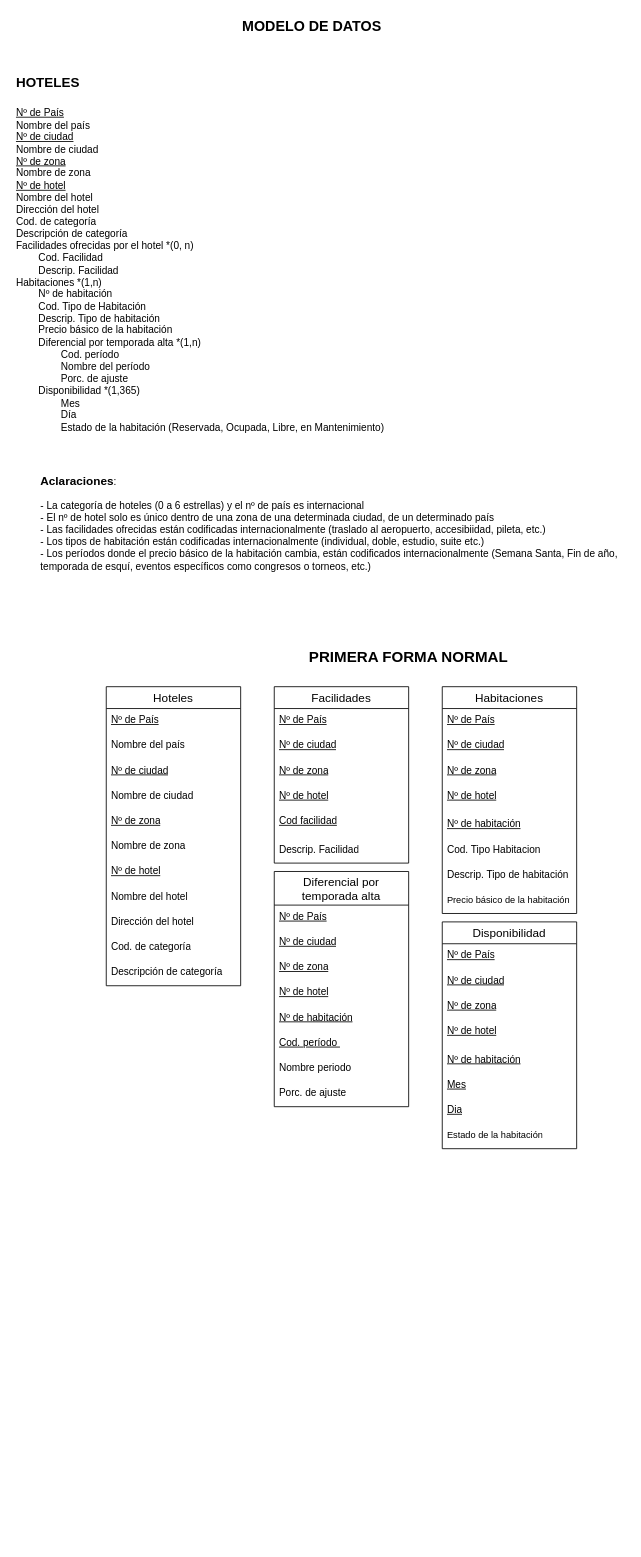
This is Diagrama-Entidad-Relacion.drawio from FrancoSimonFormia/TP-Hoteles-DABD-Grupo11, a draw.io file, before an edit. Source tidied: cells renumbered, new cells numbered last; positions are measured from the earlier drawing's top-left corner, leaving out a move shared by most shapes. Both pictures are drawn from the tidied source at 84%, with x=0, y=0 at pixel (14, 14).
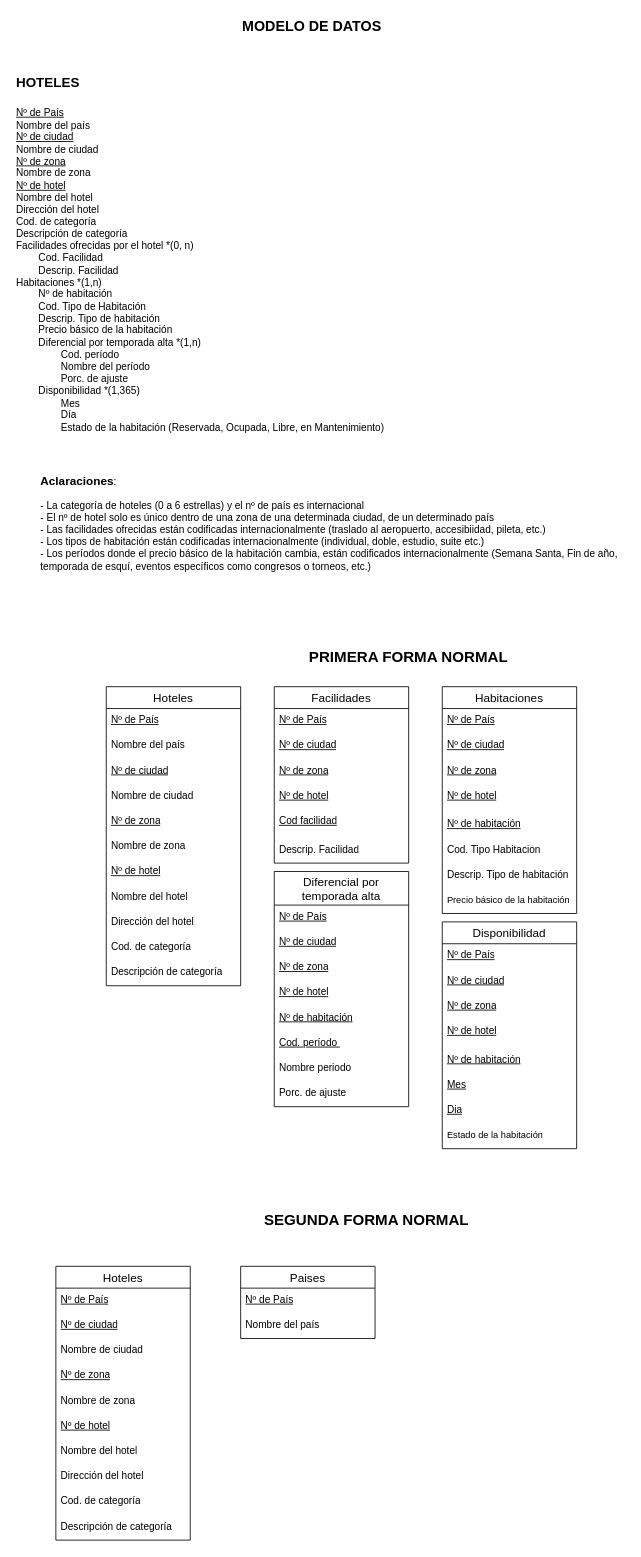
Above is the later version.

Commit message:
Inicio 2FN - Tabla Paises

Diff of the diagram source:
```diff
@@
+    <mxCell id="52" value="&lt;b&gt;&lt;font style=&quot;font-size: 18px;&quot;&gt;SEGUNDA FORMA NORMAL&lt;/font&gt;&lt;/b&gt;" style="text;html=1;align=center;verticalAlign=middle;whiteSpace=wrap;rounded=0;" parent="1" vertex="1">
+      <mxGeometry x="279" y="1420" width="280" height="30" as="geometry" />
+    </mxCell>
+    <mxCell id="53" value="Paises" style="swimlane;fontStyle=0;horizontal=1;startSize=26;align=center;fontSize=14;" parent="1" vertex="1">
+      <mxGeometry x="269" y="1490" width="160" height="86" as="geometry" />
+    </mxCell>
+    <mxCell id="54" value="&lt;u&gt;Nº de País&lt;/u&gt;" style="text;strokeColor=none;fillColor=none;spacingLeft=4;spacingRight=4;overflow=hidden;fontSize=12;whiteSpace=wrap;html=1;" parent="53" vertex="1">
+      <mxGeometry y="26" width="160" height="30" as="geometry" />
+    </mxCell>
+    <mxCell id="55" value="Nombre del país" style="text;strokeColor=none;fillColor=none;spacingLeft=4;spacingRight=4;overflow=hidden;fontSize=12;whiteSpace=wrap;html=1;" parent="53" vertex="1">
+      <mxGeometry y="56" width="160" height="30" as="geometry" />
+    </mxCell>
+    <mxCell id="56" value="Hoteles" style="swimlane;fontStyle=0;horizontal=1;startSize=26;align=center;fontSize=14;" parent="1" vertex="1">
+      <mxGeometry x="49" y="1490" width="160" height="326" as="geometry" />
+    </mxCell>
+    <mxCell id="57" value="&lt;u&gt;Nº de País&lt;/u&gt;&lt;div&gt;&lt;br&gt;&lt;/div&gt;" style="text;strokeColor=none;fillColor=none;spacingLeft=4;spacingRight=4;overflow=hidden;fontSize=12;whiteSpace=wrap;html=1;" parent="56" vertex="1">
+      <mxGeometry y="26" width="160" height="30" as="geometry" />
+    </mxCell>
+    <mxCell id="58" value="&lt;u&gt;Nº de ciudad&lt;/u&gt;&lt;div&gt;&lt;br&gt;&lt;/div&gt;" style="text;strokeColor=none;fillColor=none;spacingLeft=4;spacingRight=4;overflow=hidden;fontSize=12;whiteSpace=wrap;html=1;" parent="56" vertex="1">
+      <mxGeometry y="56" width="160" height="30" as="geometry" />
+    </mxCell>
+    <mxCell id="59" value="Nombre de ciudad&lt;div&gt;&lt;br/&gt;&lt;/div&gt;" style="text;strokeColor=none;fillColor=none;spacingLeft=4;spacingRight=4;overflow=hidden;fontSize=12;whiteSpace=wrap;html=1;" parent="56" vertex="1">
+      <mxGeometry y="86" width="160" height="30" as="geometry" />
+    </mxCell>
+    <mxCell id="60" value="&lt;u&gt;Nº de zona&lt;/u&gt;&lt;div&gt;&lt;br&gt;&lt;/div&gt;" style="text;strokeColor=none;fillColor=none;spacingLeft=4;spacingRight=4;overflow=hidden;fontSize=12;whiteSpace=wrap;html=1;" parent="56" vertex="1">
+      <mxGeometry y="116" width="160" height="30" as="geometry" />
+    </mxCell>
+    <mxCell id="61" value="Nombre de zona&lt;div&gt;&lt;br/&gt;&lt;/div&gt;" style="text;strokeColor=none;fillColor=none;spacingLeft=4;spacingRight=4;overflow=hidden;fontSize=12;whiteSpace=wrap;html=1;" parent="56" vertex="1">
+      <mxGeometry y="146" width="160" height="30" as="geometry" />
+    </mxCell>
+    <mxCell id="62" value="&lt;u&gt;Nº de hotel&lt;/u&gt;&lt;div&gt;&lt;br&gt;&lt;/div&gt;" style="text;strokeColor=none;fillColor=none;spacingLeft=4;spacingRight=4;overflow=hidden;fontSize=12;whiteSpace=wrap;html=1;" parent="56" vertex="1">
+      <mxGeometry y="176" width="160" height="30" as="geometry" />
+    </mxCell>
+    <mxCell id="63" value="Nombre del hotel&lt;div&gt;&lt;br/&gt;&lt;/div&gt;" style="text;strokeColor=none;fillColor=none;spacingLeft=4;spacingRight=4;overflow=hidden;fontSize=12;whiteSpace=wrap;html=1;" parent="56" vertex="1">
+      <mxGeometry y="206" width="160" height="30" as="geometry" />
+    </mxCell>
+    <mxCell id="64" value="Dirección del hotel&lt;div&gt;&lt;br/&gt;&lt;/div&gt;" style="text;strokeColor=none;fillColor=none;spacingLeft=4;spacingRight=4;overflow=hidden;fontSize=12;whiteSpace=wrap;html=1;" parent="56" vertex="1">
+      <mxGeometry y="236" width="160" height="30" as="geometry" />
+    </mxCell>
+    <mxCell id="65" value="Cod. de categoría&lt;div&gt;&lt;br/&gt;&lt;/div&gt;" style="text;strokeColor=none;fillColor=none;spacingLeft=4;spacingRight=4;overflow=hidden;fontSize=12;whiteSpace=wrap;html=1;" parent="56" vertex="1">
+      <mxGeometry y="266" width="160" height="30" as="geometry" />
+    </mxCell>
+    <mxCell id="66" value="Descripción de categoría&lt;div&gt;&lt;br/&gt;&lt;/div&gt;" style="text;strokeColor=none;fillColor=none;spacingLeft=4;spacingRight=4;overflow=hidden;fontSize=12;whiteSpace=wrap;html=1;" parent="56" vertex="1">
+      <mxGeometry y="296" width="160" height="30" as="geometry" />
+    </mxCell>
```
